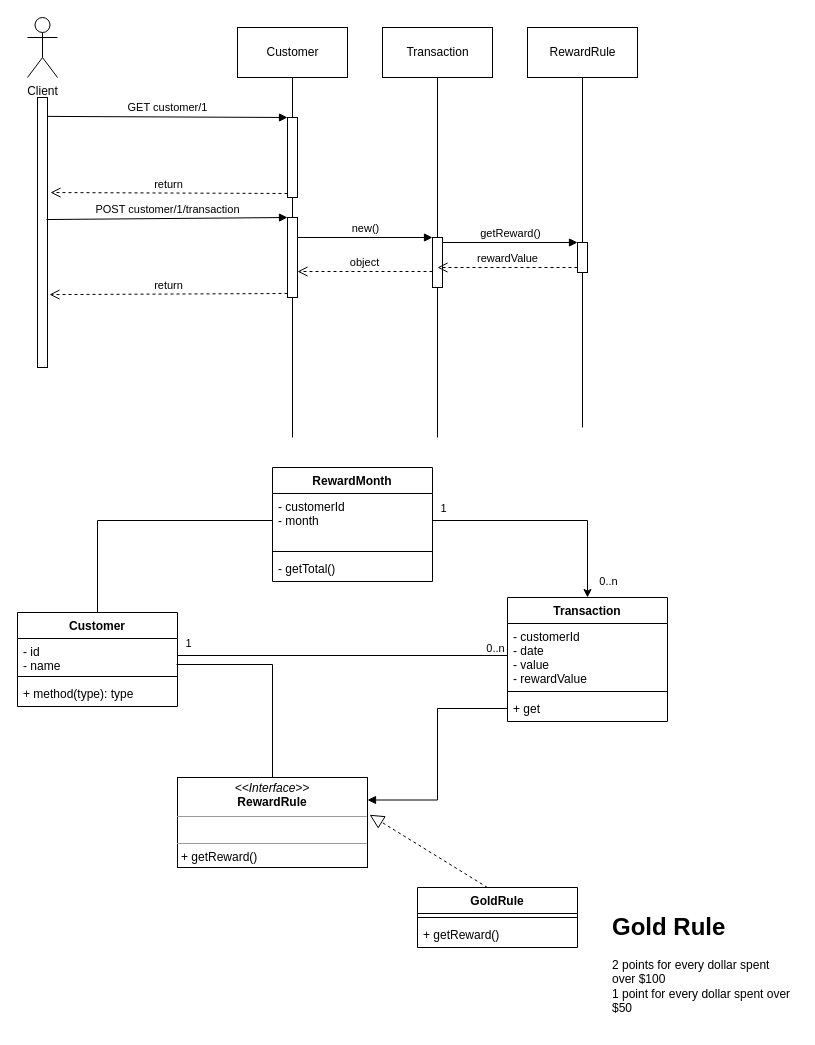
furlan/ms-rewards-webapi keeps this draw.io diagram as page "Model" (2 of 5) of System Design.drawio. Above is the earlier version. Source tidied: cells renumbered, new cells numbered last; positions are measured from the earlier drawing's top-left corner, leaving out a move shared by most shapes. Both pictures are drawn from the tidied source at 100%, with x=0, y=0 at pixel (17, 17).
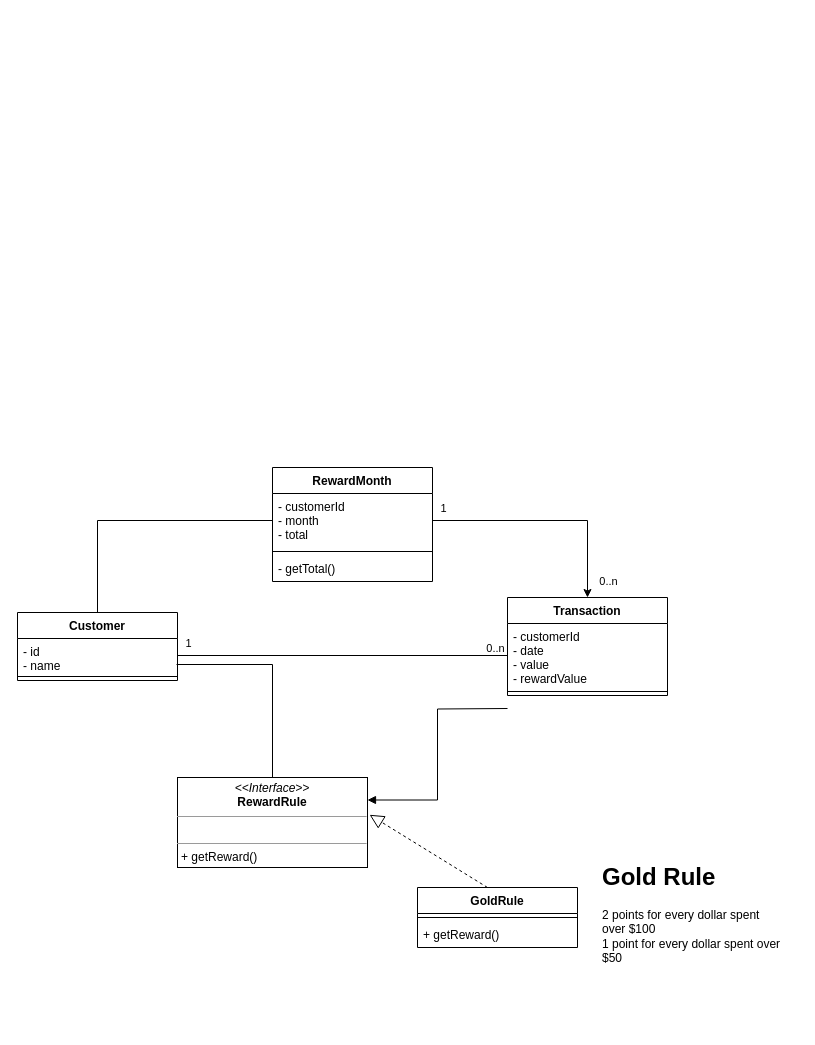
The same page after the edit.

Commit message:
Model diagrama

Unchanged cells that the change refers to:
```xml
<mxCell id="37" value="&lt;p style=&quot;margin:0px;margin-top:4px;text-align:center;&quot;&gt;&lt;i&gt;&amp;lt;&amp;lt;Interface&amp;gt;&amp;gt;&lt;/i&gt;&lt;br&gt;&lt;b&gt;RewardRule&lt;/b&gt;&lt;/p&gt;&lt;hr size=&quot;1&quot;&gt;&lt;p style=&quot;margin:0px;margin-left:4px;&quot;&gt;&lt;br&gt;&lt;/p&gt;&lt;hr size=&quot;1&quot;&gt;&lt;p style=&quot;margin:0px;margin-left:4px;&quot;&gt;+ getReward()&lt;/p&gt;" style="verticalAlign=top;align=left;overflow=fill;fontSize=12;fontFamily=Helvetica;html=1;" parent="1" vertex="1">
  <mxGeometry x="160" y="760" width="190" height="90" as="geometry" />
</mxCell>
<mxCell id="43" value="RewardMonth" style="swimlane;fontStyle=1;align=center;verticalAlign=top;horizontal=1;startSize=26;" parent="1" vertex="1">
  <mxGeometry x="255" y="450" width="160" height="114" as="geometry" />
</mxCell>
```

Diff of the diagram source:
```diff
@@
     <mxCell id="2" value="Customer" style="swimlane;fontStyle=1;align=center;verticalAlign=top;horizontal=1;startSize=26;" parent="1" vertex="1">
-      <mxGeometry y="595" width="160" height="94" as="geometry" />
+      <mxGeometry y="595" width="160" height="68" as="geometry" />
     </mxCell>
@@
-    <mxCell id="5" value="+ method(type): type" style="text;strokeColor=none;fillColor=none;align=left;verticalAlign=top;spacingLeft=4;spacingRight=4;overflow=hidden;" parent="2" vertex="1">
-      <mxGeometry y="68" width="160" height="26" as="geometry" />
-    </mxCell>
     <mxCell id="6" value="Transaction" style="swimlane;fontStyle=1;align=center;verticalAlign=top;horizontal=1;startSize=26;" parent="1" vertex="1">
-      <mxGeometry x="490" y="580" width="160" height="124" as="geometry" />
+      <mxGeometry x="490" y="580" width="160" height="98" as="geometry" />
     </mxCell>
@@
-    <mxCell id="9" value="+ get" style="text;strokeColor=none;fillColor=none;align=left;verticalAlign=top;spacingLeft=4;spacingRight=4;overflow=hidden;points=[[0,0.5],[1,0.5]];portConstraint=eastwest;" parent="6" vertex="1">
-      <mxGeometry y="98" width="160" height="26" as="geometry" />
-    </mxCell>
@@
-    <mxCell id="14" value="Client" style="shape=umlActor;verticalLabelPosition=bottom;verticalAlign=top;html=1;" parent="1" vertex="1">
-      <mxGeometry x="10" width="30" height="60" as="geometry" />
-    </mxCell>
-    <mxCell id="15" style="rounded=0;jettySize=auto;html=1;exitX=0.5;exitY=1;exitDx=0;exitDy=0;entryX=0.5;entryY=1;entryDx=0;entryDy=0;endArrow=none;endFill=0;startArrow=none;" parent="1" edge="1" source="25" target="16">
-      <mxGeometry relative="1" as="geometry" />
-    </mxCell>
-    <mxCell id="16" value="Customer" style="html=1;" parent="1" vertex="1">
-      <mxGeometry x="220" y="10" width="110" height="50" as="geometry" />
-    </mxCell>
-    <mxCell id="17" style="html=1;points=[];perimeter=orthogonalPerimeter;" parent="1" vertex="1">
-      <mxGeometry x="270" y="100" width="10" height="80" as="geometry" />
-    </mxCell>
-    <mxCell id="18" value="GET customer/1" style="html=1;verticalAlign=bottom;endArrow=block;entryX=0;entryY=0;rounded=0;exitX=0.9;exitY=0.07;exitDx=0;exitDy=0;exitPerimeter=0;" parent="1" edge="1" source="20" target="17">
-      <mxGeometry relative="1" as="geometry" />
-    </mxCell>
-    <mxCell id="19" value="return" style="html=1;verticalAlign=bottom;endArrow=open;dashed=1;endSize=8;exitX=0;exitY=0.95;rounded=0;entryX=1.3;entryY=0.352;entryDx=0;entryDy=0;entryPerimeter=0;" parent="1" edge="1" source="17" target="20">
-      <mxGeometry relative="1" as="geometry" />
-    </mxCell>
-    <mxCell id="20" style="html=1;points=[];perimeter=orthogonalPerimeter;" parent="1" vertex="1">
-      <mxGeometry x="20" y="80" width="10" height="270" as="geometry" />
-    </mxCell>
-    <mxCell id="21" style="edgeStyle=none;rounded=0;jettySize=auto;html=1;exitX=0.5;exitY=1;exitDx=0;exitDy=0;endArrow=none;endFill=0;" parent="1" edge="1" source="22">
-      <mxGeometry relative="1" as="geometry">
-        <mxPoint x="420" y="420" as="targetPoint" />
-      </mxGeometry>
-    </mxCell>
-    <mxCell id="22" value="Transaction" style="html=1;" parent="1" vertex="1">
-      <mxGeometry x="365" y="10" width="110" height="50" as="geometry" />
-    </mxCell>
-    <mxCell id="23" value="POST customer/1/transaction" style="html=1;verticalAlign=bottom;endArrow=block;entryX=0;entryY=0;rounded=0;exitX=0.9;exitY=0.452;exitDx=0;exitDy=0;exitPerimeter=0;" parent="1" edge="1" source="20" target="25">
-      <mxGeometry relative="1" as="geometry" />
-    </mxCell>
-    <mxCell id="24" value="return" style="html=1;verticalAlign=bottom;endArrow=open;dashed=1;endSize=8;exitX=0;exitY=0.95;rounded=0;entryX=1.2;entryY=0.73;entryDx=0;entryDy=0;entryPerimeter=0;" parent="1" edge="1" source="25" target="20">
-      <mxGeometry relative="1" as="geometry" />
-    </mxCell>
-    <mxCell id="25" style="html=1;points=[];perimeter=orthogonalPerimeter;" parent="1" vertex="1">
-      <mxGeometry x="270" y="200" width="10" height="80" as="geometry" />
-    </mxCell>
-    <mxCell id="26" style="rounded=0;jettySize=auto;html=1;entryX=0.5;entryY=1;entryDx=0;entryDy=0;endArrow=none;endFill=0;" parent="1" edge="1" target="25">
-      <mxGeometry relative="1" as="geometry">
-        <mxPoint x="275" y="420" as="sourcePoint" />
-      </mxGeometry>
-    </mxCell>
-    <mxCell id="27" style="html=1;points=[];perimeter=orthogonalPerimeter;" parent="1" vertex="1">
-      <mxGeometry x="415" y="220" width="10" height="50" as="geometry" />
-    </mxCell>
-    <mxCell id="28" value="new()" style="html=1;verticalAlign=bottom;endArrow=block;entryX=0;entryY=0;rounded=0;exitX=1;exitY=0.25;exitDx=0;exitDy=0;exitPerimeter=0;" parent="1" edge="1" source="25" target="27">
-      <mxGeometry relative="1" as="geometry" />
-    </mxCell>
-    <mxCell id="29" value="object" style="html=1;verticalAlign=bottom;endArrow=open;dashed=1;endSize=8;rounded=0;entryX=1;entryY=0.675;entryDx=0;entryDy=0;entryPerimeter=0;" parent="1" edge="1" source="27" target="25">
-      <mxGeometry relative="1" as="geometry" />
-    </mxCell>
-    <mxCell id="30" style="edgeStyle=none;rounded=0;jettySize=auto;html=1;exitX=0.5;exitY=1;exitDx=0;exitDy=0;endArrow=none;endFill=0;startArrow=none;" parent="1" edge="1" source="34">
-      <mxGeometry relative="1" as="geometry">
-        <mxPoint x="565" y="410" as="targetPoint" />
-      </mxGeometry>
-    </mxCell>
-    <mxCell id="31" value="RewardRule" style="html=1;" parent="1" vertex="1">
-      <mxGeometry x="510" y="10" width="110" height="50" as="geometry" />
-    </mxCell>
-    <mxCell id="32" value="getReward()" style="html=1;verticalAlign=bottom;endArrow=block;entryX=0;entryY=0;rounded=0;exitX=1;exitY=0.1;exitDx=0;exitDy=0;exitPerimeter=0;" parent="1" edge="1" source="27" target="34">
-      <mxGeometry relative="1" as="geometry" />
-    </mxCell>
-    <mxCell id="33" value="rewardValue" style="html=1;verticalAlign=bottom;endArrow=open;dashed=1;endSize=8;rounded=0;" parent="1" edge="1" source="34">
-      <mxGeometry relative="1" as="geometry">
-        <mxPoint x="420" y="250" as="targetPoint" />
-      </mxGeometry>
-    </mxCell>
-    <mxCell id="34" style="html=1;points=[];perimeter=orthogonalPerimeter;" parent="1" vertex="1">
-      <mxGeometry x="560" y="225" width="10" height="30" as="geometry" />
-    </mxCell>
-    <mxCell id="35" style="edgeStyle=none;rounded=0;jettySize=auto;html=1;exitX=0.5;exitY=1;exitDx=0;exitDy=0;endArrow=none;endFill=0;" parent="1" edge="1" source="31" target="34">
-      <mxGeometry relative="1" as="geometry" />
-    </mxCell>
@@
-    <mxCell id="41" style="edgeStyle=orthogonalEdgeStyle;rounded=0;jettySize=auto;html=1;exitX=0;exitY=0.5;exitDx=0;exitDy=0;entryX=1;entryY=0.25;entryDx=0;entryDy=0;endArrow=block;endFill=1;elbow=vertical;" parent="1" edge="1" source="9" target="37">
-      <mxGeometry relative="1" as="geometry" />
+    <mxCell id="41" style="edgeStyle=orthogonalEdgeStyle;rounded=0;jettySize=auto;html=1;exitX=0;exitY=0.5;exitDx=0;exitDy=0;entryX=1;entryY=0.25;entryDx=0;entryDy=0;endArrow=block;endFill=1;elbow=vertical;" parent="1" edge="1" target="37">
+      <mxGeometry relative="1" as="geometry">
+        <mxPoint x="490" y="691" as="sourcePoint" />
+      </mxGeometry>
     </mxCell>
     <mxCell id="42" value="&lt;h1&gt;Gold Rule&lt;/h1&gt;&lt;div&gt;2 points for every dollar spent over $100&lt;br&gt;&lt;/div&gt;&lt;div&gt;1 point for every dollar spent over $50&lt;br&gt;&lt;/div&gt;" style="text;html=1;strokeColor=none;fillColor=none;spacing=5;spacingTop=-20;whiteSpace=wrap;overflow=hidden;rounded=0;" parent="1" vertex="1">
-      <mxGeometry x="590" y="890" width="190" height="120" as="geometry" />
+      <mxGeometry x="580" y="840" width="190" height="120" as="geometry" />
     </mxCell>
@@
-    <mxCell id="44" value="- customerId&#10;- month" style="text;strokeColor=none;fillColor=none;align=left;verticalAlign=top;spacingLeft=4;spacingRight=4;overflow=hidden;points=[[0,0.5],[1,0.5]];portConstraint=eastwest;" parent="43" vertex="1">
+    <mxCell id="44" value="- customerId&#10;- month&#10;- total" style="text;strokeColor=none;fillColor=none;align=left;verticalAlign=top;spacingLeft=4;spacingRight=4;overflow=hidden;points=[[0,0.5],[1,0.5]];portConstraint=eastwest;" parent="43" vertex="1">
       <mxGeometry y="26" width="160" height="54" as="geometry" />
     </mxCell>
@@
     <mxCell id="50" style="edgeStyle=orthogonalEdgeStyle;rounded=0;jettySize=auto;html=1;exitX=0;exitY=0.5;exitDx=0;exitDy=0;entryX=0.5;entryY=0;entryDx=0;entryDy=0;endArrow=none;endFill=0;" parent="1" edge="1" source="44" target="2">
-      <mxGeometry relative="1" as="geometry" />
+      <mxGeometry relative="1" as="geometry">
+        <Array as="points">
+          <mxPoint x="80" y="503" />
+        </Array>
+      </mxGeometry>
     </mxCell>
```
